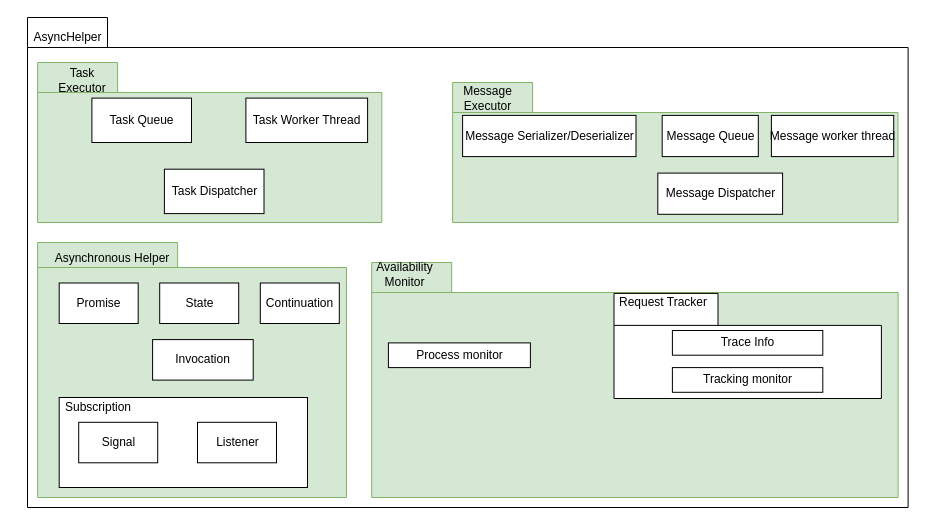
The draw.io diagram page "asynhelper" (1 of 12) of doc/SA cert/Design/scalability.drawio in taikt/codefun, before the edit. Source tidied: cells renumbered, new cells numbered last; positions are measured from the earlier drawing's top-left corner, leaving out a move shared by most shapes. Both pictures are drawn from the tidied source at 100%, with x=0, y=0 at pixel (27, 17).
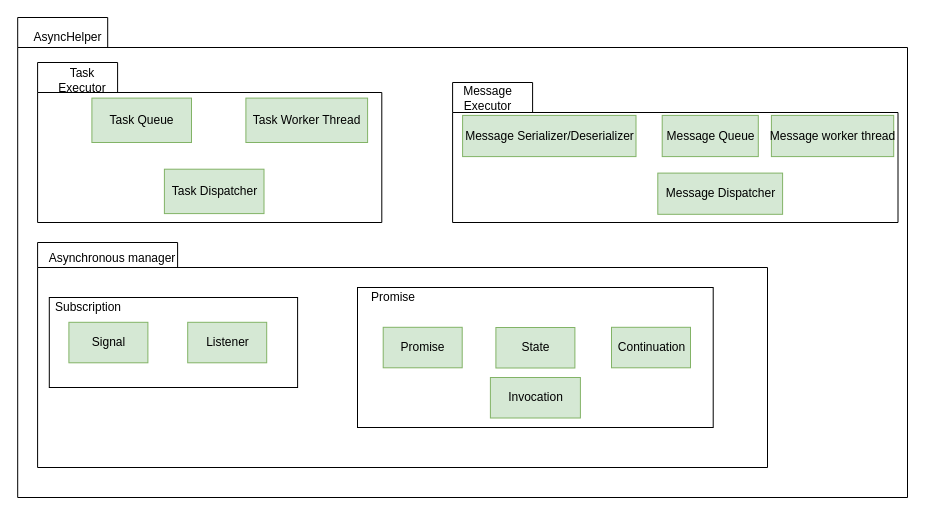
The same page after the edit.

The change refers to these unchanged cells:
```xml
<mxCell id="4" style="group;" parent="1" vertex="1">
  <mxGeometry x="10.1" y="45" width="344.2" height="160" as="geometry" />
</mxCell>
<mxCell id="10" style="group;" parent="1" vertex="1">
  <mxGeometry x="425.1" y="65" width="445.4" height="140" as="geometry" />
</mxCell>
```

Change to the diagram source:
```diff
@@
-    <mxCell id="2" style="shape=folder;fontStyle=1;tabWidth=80;tabHeight=30;tabPosition=left;html=1;boundedLbl=1;" parent="1" vertex="1">
-      <mxGeometry width="880.6" height="490" as="geometry" />
+    <mxCell id="2" style="shape=folder;fontStyle=1;tabWidth=90;tabHeight=30;tabPosition=left;html=1;boundedLbl=1;" parent="1" vertex="1">
+      <mxGeometry x="-9.8" width="889.8" height="480" as="geometry" />
     </mxCell>
@@
-    <mxCell id="5" style="shape=folder;fontStyle=1;tabWidth=80;tabHeight=30;tabPosition=left;html=1;boundedLbl=1;fillColor=#d5e8d4;strokeColor=#82b366;" parent="4" vertex="1">
+    <mxCell id="5" style="shape=folder;fontStyle=1;tabWidth=80;tabHeight=30;tabPosition=left;html=1;boundedLbl=1;" parent="4" vertex="1">
       <mxGeometry width="344.2" height="160" as="geometry" />
     </mxCell>
@@
-    <mxCell id="7" value="Task Queue" style="html=1;" parent="4" vertex="1">
+    <mxCell id="7" value="Task Queue" style="html=1;fillColor=#d5e8d4;strokeColor=#82b366;" parent="4" vertex="1">
       <mxGeometry x="54.3" y="35.6" width="99.6" height="44.4" as="geometry" />
     </mxCell>
-    <mxCell id="8" value="Task Dispatcher" style="html=1;" parent="4" vertex="1">
+    <mxCell id="8" value="Task Dispatcher" style="html=1;fillColor=#d5e8d4;strokeColor=#82b366;" parent="4" vertex="1">
       <mxGeometry x="126.8" y="106.7" width="99.6" height="44.4" as="geometry" />
     </mxCell>
-    <mxCell id="9" value="Task Worker Thread" style="html=1;" parent="4" vertex="1">
+    <mxCell id="9" value="Task Worker Thread" style="html=1;fillColor=#d5e8d4;strokeColor=#82b366;" parent="4" vertex="1">
       <mxGeometry x="208.3" y="35.6" width="121.7" height="44.4" as="geometry" />
     </mxCell>
@@
-    <mxCell id="11" style="shape=folder;fontStyle=1;tabWidth=80;tabHeight=30;tabPosition=left;html=1;boundedLbl=1;fillColor=#d5e8d4;strokeColor=#82b366;" parent="10" vertex="1">
+    <mxCell id="11" style="shape=folder;fontStyle=1;tabWidth=80;tabHeight=30;tabPosition=left;html=1;boundedLbl=1;" parent="10" vertex="1">
       <mxGeometry width="445.4" height="140" as="geometry" />
     </mxCell>
@@
-    <mxCell id="13" value="Message Queue" style="html=1;" parent="10" vertex="1">
+    <mxCell id="13" value="Message Queue" style="html=1;fillColor=#d5e8d4;strokeColor=#82b366;" parent="10" vertex="1">
       <mxGeometry x="209.6" y="32.9" width="96.1" height="41.2" as="geometry" />
     </mxCell>
-    <mxCell id="14" value="Message Dispatcher" style="html=1;" parent="10" vertex="1">
+    <mxCell id="14" value="Message Dispatcher" style="html=1;fillColor=#d5e8d4;strokeColor=#82b366;" parent="10" vertex="1">
       <mxGeometry x="205.2" y="90.6" width="124.8" height="41.2" as="geometry" />
     </mxCell>
-    <mxCell id="15" value="Message Serializer/Deserializer" style="html=1;" parent="10" vertex="1">
+    <mxCell id="15" value="Message Serializer/Deserializer" style="html=1;fillColor=#d5e8d4;strokeColor=#82b366;" parent="10" vertex="1">
       <mxGeometry x="10" y="32.9" width="173.4" height="41.2" as="geometry" />
     </mxCell>
-    <mxCell id="16" value="Message worker thread" style="html=1;" parent="10" vertex="1">
+    <mxCell id="16" value="Message worker thread" style="html=1;fillColor=#d5e8d4;strokeColor=#82b366;" parent="10" vertex="1">
       <mxGeometry x="318.8" y="32.9" width="122.3" height="41.2" as="geometry" />
     </mxCell>
-    <mxCell id="17" style="shape=folder;fontStyle=1;tabWidth=140;tabHeight=25;tabPosition=left;html=1;boundedLbl=1;fillColor=#d5e8d4;strokeColor=#82b366;" parent="1" vertex="1">
-      <mxGeometry x="10.1" y="225" width="308.9" height="255" as="geometry" />
+    <mxCell id="17" style="shape=folder;fontStyle=1;tabWidth=140;tabHeight=25;tabPosition=left;html=1;boundedLbl=1;" parent="1" vertex="1">
+      <mxGeometry x="10.1" y="225" width="729.9" height="225" as="geometry" />
     </mxCell>
-    <mxCell id="18" value="Asynchronous Helper" style="text;html=1;strokeColor=none;fillColor=none;align=center;verticalAlign=middle;whiteSpace=wrap;rounded=0;" parent="1" vertex="1">
+    <mxCell id="18" value="Asynchronous manager" style="text;html=1;strokeColor=none;fillColor=none;align=center;verticalAlign=middle;whiteSpace=wrap;rounded=0;" parent="1" vertex="1">
       <mxGeometry x="10.1" y="233.1" width="150" height="16.2" as="geometry" />
     </mxCell>
-    <mxCell id="19" value="State" style="html=1;" parent="1" vertex="1">
-      <mxGeometry x="132.2" y="265.5" width="79" height="40.5" as="geometry" />
-    </mxCell>
-    <mxCell id="20" value="Continuation" style="html=1;" parent="1" vertex="1">
-      <mxGeometry x="232.8" y="265.5" width="79" height="40.5" as="geometry" />
-    </mxCell>
-    <mxCell id="21" value="Promise" style="html=1;" parent="1" vertex="1">
-      <mxGeometry x="31.7" y="265.5" width="79" height="40.5" as="geometry" />
-    </mxCell>
-    <mxCell id="22" value="Invocation" style="html=1;" parent="1" vertex="1">
-      <mxGeometry x="125.1" y="322.1" width="100.6" height="40.5" as="geometry" />
-    </mxCell>
-    <mxCell id="23" style="html=1;" parent="1" vertex="1">
-      <mxGeometry x="31.7" y="380" width="248.3" height="90" as="geometry" />
+    <mxCell id="23" style="html=1;fillColor=none;" parent="1" vertex="1">
+      <mxGeometry x="21.8" y="280" width="248.3" height="90" as="geometry" />
     </mxCell>
     <mxCell id="24" value="Subscription" style="text;html=1;strokeColor=none;fillColor=none;align=center;verticalAlign=middle;whiteSpace=wrap;rounded=0;" parent="1" vertex="1">
-      <mxGeometry x="51.2" y="380" width="40" height="20" as="geometry" />
+      <mxGeometry x="41.4" y="280" width="40" height="20" as="geometry" />
     </mxCell>
-    <mxCell id="25" value="Signal" style="html=1;" parent="1" vertex="1">
-      <mxGeometry x="51.2" y="404.8" width="79" height="40.5" as="geometry" />
+    <mxCell id="25" value="Signal" style="html=1;fillColor=#d5e8d4;strokeColor=#82b366;" parent="1" vertex="1">
+      <mxGeometry x="41.4" y="304.8" width="79" height="40.5" as="geometry" />
     </mxCell>
-    <mxCell id="26" value="Listener" style="html=1;" parent="1" vertex="1">
-      <mxGeometry x="170" y="404.8" width="79" height="40.5" as="geometry" />
+    <mxCell id="26" value="Listener" style="html=1;fillColor=#d5e8d4;strokeColor=#82b366;" parent="1" vertex="1">
+      <mxGeometry x="160.2" y="304.8" width="79" height="40.5" as="geometry" />
     </mxCell>
-    <mxCell id="27" style="shape=folder;fontStyle=1;tabWidth=80;tabHeight=30;tabPosition=left;html=1;boundedLbl=1;fillColor=#d5e8d4;strokeColor=#82b366;" parent="1" vertex="1">
-      <mxGeometry x="344.2" y="245" width="526.4" height="235" as="geometry" />
-    </mxCell>
-    <mxCell id="28" value="Availability Monitor" style="text;html=1;strokeColor=none;fillColor=none;align=center;verticalAlign=middle;whiteSpace=wrap;rounded=0;" parent="1" vertex="1">
-      <mxGeometry x="360.9" y="251.2" width="33.4" height="12.4" as="geometry" />
-    </mxCell>
-    <mxCell id="29" value="Process monitor" style="html=1;" parent="1" vertex="1">
-      <mxGeometry x="360.9" y="325.4" width="142" height="24.7" as="geometry" />
-    </mxCell>
-    <mxCell id="30" style="shape=folder;fontStyle=1;tabWidth=104;tabHeight=32;tabPosition=left;html=1;boundedLbl=1;" parent="1" vertex="1">
-      <mxGeometry x="586.5" y="275.9" width="267.4" height="105.1" as="geometry" />
-    </mxCell>
-    <mxCell id="31" value="Request Tracker" style="text;html=1;strokeColor=none;fillColor=none;align=center;verticalAlign=middle;whiteSpace=wrap;rounded=0;" parent="1" vertex="1">
-      <mxGeometry x="586.5" y="275.9" width="97.7" height="18.6" as="geometry" />
-    </mxCell>
-    <mxCell id="32" value="Tracking monitor" style="html=1;" parent="1" vertex="1">
-      <mxGeometry x="644.9" y="350.1" width="150.4" height="24.7" as="geometry" />
-    </mxCell>
-    <mxCell id="33" value="Trace Info" style="html=1;" parent="1" vertex="1">
-      <mxGeometry x="644.9" y="313" width="150.4" height="24.7" as="geometry" />
-    </mxCell>
+    <mxCell id="34" style="rounded=0;whiteSpace=wrap;html=1;fillColor=none;" parent="1" vertex="1">
+      <mxGeometry x="330" y="270" width="355.7" height="140" as="geometry" />
+    </mxCell>
+    <mxCell id="35" value="Promise" style="html=1;fillColor=#d5e8d4;strokeColor=#82b366;" parent="1" vertex="1">
+      <mxGeometry x="355.7" y="309.8" width="79" height="40.5" as="geometry" />
+    </mxCell>
+    <mxCell id="19" value="State" style="html=1;fillColor=#d5e8d4;strokeColor=#82b366;" parent="1" vertex="1">
+      <mxGeometry x="468.4" y="310" width="79" height="40.5" as="geometry" />
+    </mxCell>
+    <mxCell id="20" value="Continuation" style="html=1;fillColor=#d5e8d4;strokeColor=#82b366;" parent="1" vertex="1">
+      <mxGeometry x="584" y="309.8" width="79" height="40.5" as="geometry" />
+    </mxCell>
+    <mxCell id="22" value="Invocation" style="html=1;fillColor=#d5e8d4;strokeColor=#82b366;" parent="1" vertex="1">
+      <mxGeometry x="462.9" y="360" width="90" height="40.5" as="geometry" />
+    </mxCell>
+    <mxCell id="36" value="Promise" style="text;html=1;strokeColor=none;fillColor=none;align=center;verticalAlign=middle;whiteSpace=wrap;rounded=0;" parent="1" vertex="1">
+      <mxGeometry x="345.7" y="270" width="40" height="20" as="geometry" />
+    </mxCell>
```
